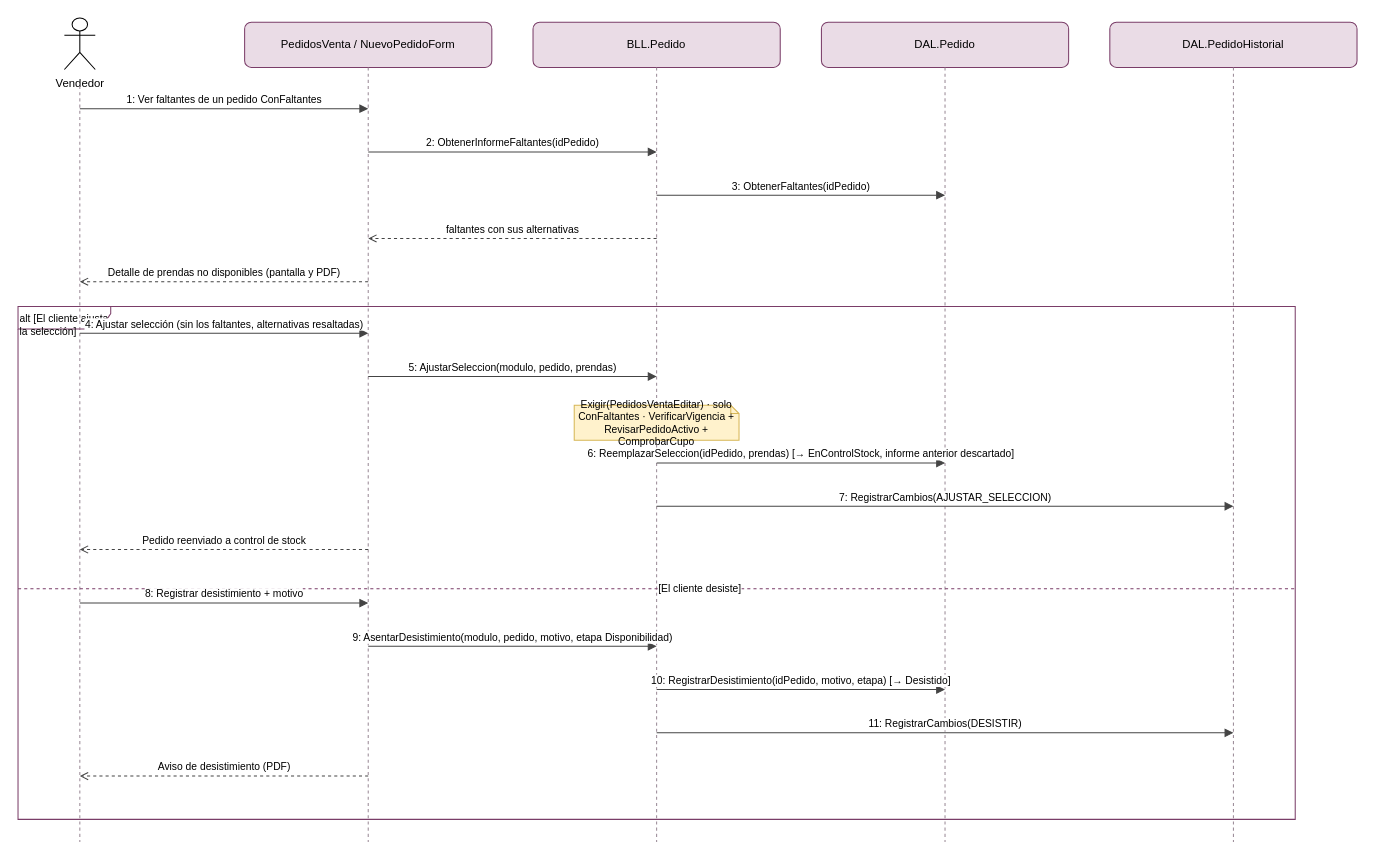
This is docs/diagramas/drawio/DSS_PN01_CU09_GestionarFaltantes.drawio from valentinamorana/Trabajo-de-Diploma, a draw.io file, before an edit. Source tidied: cells renumbered, new cells numbered last; positions are measured from the earlier drawing's top-left corner, leaving out a move shared by most shapes. Both pictures are drawn from the tidied source at 103%, with x=0, y=0 at pixel (18, 18).
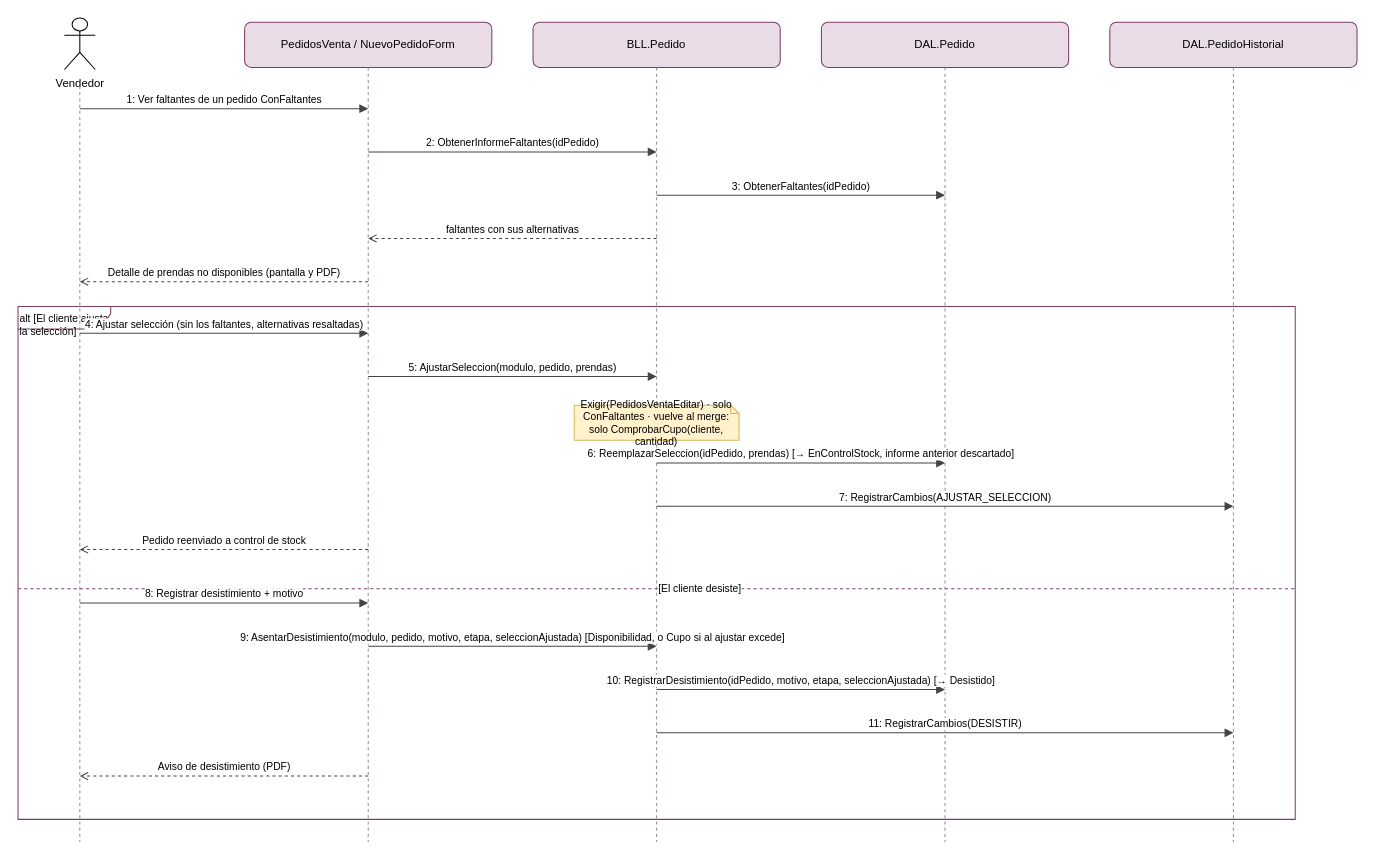
The same page after the edit.

The edit, as a diff of the source:
```diff
@@
-    <mxCell id="14" value="Exigir(PedidosVentaEditar) · solo ConFaltantes · VerificarVigencia + RevisarPedidoActivo + ComprobarCupo" style="shape=note;whiteSpace=wrap;html=1;fillColor=#FFF2CC;strokeColor=#d6b656;fontSize=10;size=8;" parent="1" vertex="1">
+    <mxCell id="14" value="Exigir(PedidosVentaEditar) · solo ConFaltantes · vuelve al merge: solo ComprobarCupo(cliente, cantidad)" style="shape=note;whiteSpace=wrap;html=1;fillColor=#FFF2CC;strokeColor=#d6b656;fontSize=10;size=8;" parent="1" vertex="1">
       <mxGeometry x="540" y="376" width="160" height="34" as="geometry" />
     </mxCell>
@@
-    <mxCell id="26" value="9: AsentarDesistimiento(modulo, pedido, motivo, etapa Disponibilidad)" style="html=1;verticalAlign=bottom;endArrow=block;endFill=1;fontSize=10;strokeColor=#444;" parent="1" edge="1">
+    <mxCell id="26" value="9: AsentarDesistimiento(modulo, pedido, motivo, etapa, seleccionAjustada)  [Disponibilidad, o Cupo si al ajustar excede]" style="html=1;verticalAlign=bottom;endArrow=block;endFill=1;fontSize=10;strokeColor=#444;" parent="1" edge="1">
       <mxGeometry relative="1" as="geometry">
         <mxPoint x="340" y="610" as="sourcePoint" />
         <mxPoint x="620" y="610" as="targetPoint" />
       </mxGeometry>
     </mxCell>
-    <mxCell id="27" value="10: RegistrarDesistimiento(idPedido, motivo, etapa)  [→ Desistido]" style="html=1;verticalAlign=bottom;endArrow=block;endFill=1;fontSize=10;strokeColor=#444;" parent="1" edge="1">
+    <mxCell id="27" value="10: RegistrarDesistimiento(idPedido, motivo, etapa, seleccionAjustada)  [→ Desistido]" style="html=1;verticalAlign=bottom;endArrow=block;endFill=1;fontSize=10;strokeColor=#444;" parent="1" edge="1">
       <mxGeometry relative="1" as="geometry">
         <mxPoint x="620" y="652" as="sourcePoint" />
         <mxPoint x="900" y="652" as="targetPoint" />
       </mxGeometry>
     </mxCell>
```
